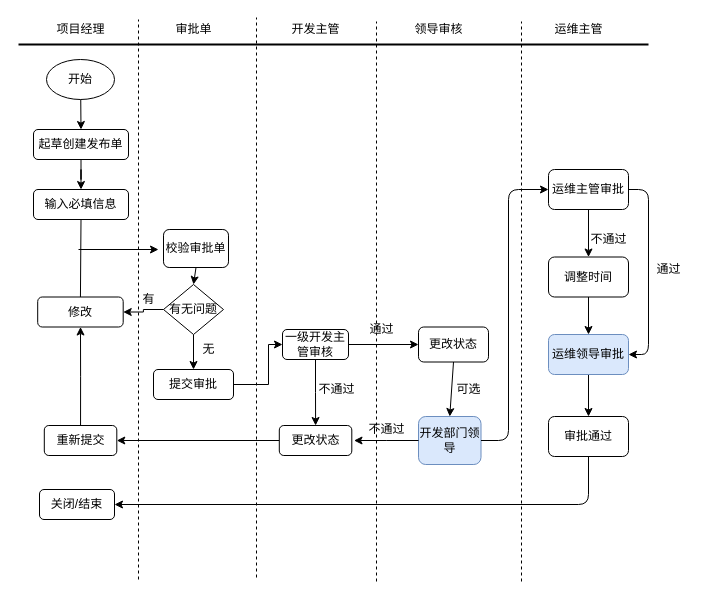
Earlier version of the draw.io diagram src/com/cupd/sharon/Untitled Diagram.drawio (sharonwq/sharon_test). Source tidied: cells renumbered, new cells numbered last; positions are measured from the earlier drawing's top-left corner, leaving out a move shared by most shapes. Both pictures are drawn from the tidied source at 100%, with x=0, y=0 at pixel (18, 17).
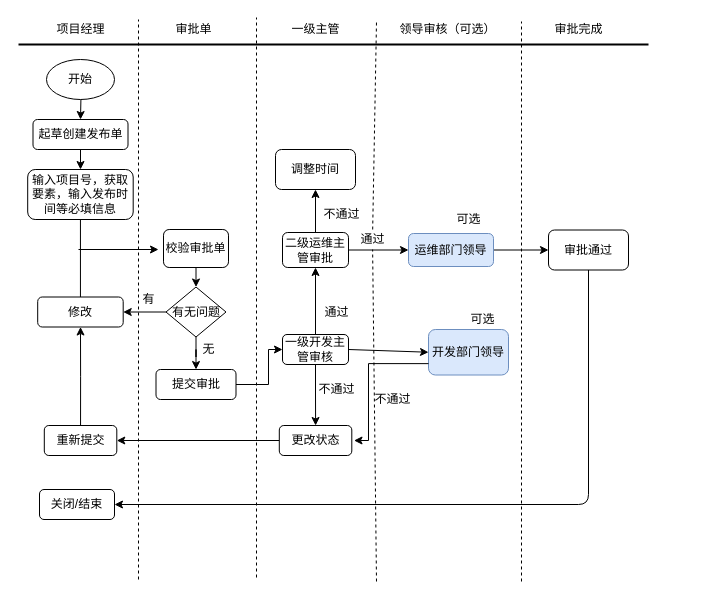
Above is the later version.

Diff of the diagram source:
```diff
@@
-    <mxCell id="4" value="开发主管" style="text;html=1;align=center;verticalAlign=middle;strokeColor=none;" parent="1" vertex="1">
+    <mxCell id="4" value="一级主管" style="text;html=1;align=center;verticalAlign=middle;strokeColor=none;" parent="1" vertex="1">
       <mxGeometry x="267" y="2" width="60" height="20" as="geometry" />
     </mxCell>
-    <mxCell id="5" value="领导审核" style="text;html=1;align=center;verticalAlign=middle;strokeColor=none;" parent="1" vertex="1">
-      <mxGeometry x="390" y="2" width="60" height="20" as="geometry" />
+    <mxCell id="5" value="领导审核（可选）" style="text;html=1;align=center;verticalAlign=middle;strokeColor=none;" parent="1" vertex="1">
+      <mxGeometry x="373.5" y="2" width="110" height="20" as="geometry" />
     </mxCell>
-    <mxCell id="6" value="运维主管" style="text;html=1;align=center;verticalAlign=middle;strokeColor=none;" parent="1" vertex="1">
+    <mxCell id="6" value="审批完成" style="text;html=1;align=center;verticalAlign=middle;strokeColor=none;" parent="1" vertex="1">
       <mxGeometry x="530" y="2" width="60" height="20" as="geometry" />
     </mxCell>
@@
     <mxCell id="10" value="起草创建发布单" style="rounded=1;whiteSpace=wrap;html=1;" parent="1" vertex="1">
-      <mxGeometry x="15" y="112" width="95" height="30" as="geometry" />
+      <mxGeometry x="14.5" y="102" width="95" height="30" as="geometry" />
     </mxCell>
-    <mxCell id="11" value="输入必填信息" style="rounded=1;whiteSpace=wrap;html=1;" parent="1" vertex="1">
-      <mxGeometry x="15" y="172" width="95" height="30" as="geometry" />
+    <mxCell id="11" value="输入项目号，获取要素，输入发布时间等必填信息" style="rounded=1;whiteSpace=wrap;html=1;" parent="1" vertex="1">
+      <mxGeometry x="9.2" y="152" width="105.5" height="50" as="geometry" />
     </mxCell>
@@
+    <mxCell id="57" style="edgeStyle=orthogonalEdgeStyle;rounded=0;jettySize=auto;html=1;" parent="1" edge="1" source="15" target="60">
+      <mxGeometry relative="1" as="geometry" />
+    </mxCell>
     <mxCell id="15" value="一级开发主管审核" style="rounded=1;whiteSpace=wrap;html=1;" parent="1" vertex="1">
-      <mxGeometry x="264" y="312" width="66" height="30" as="geometry" />
+      <mxGeometry x="264" y="317" width="66" height="30" as="geometry" />
     </mxCell>
@@
-    <mxCell id="19" style="endArrow=classic;html=1;entryX=0;entryY=0.5;entryDx=0;entryDy=0;exitX=1;exitY=0.5;exitDx=0;exitDy=0;" parent="1" edge="1" source="15" target="20">
+    <mxCell id="19" style="endArrow=classic;html=1;entryX=0;entryY=0.5;entryDx=0;entryDy=0;exitX=1;exitY=0.5;exitDx=0;exitDy=0;" parent="1" edge="1" source="15" target="21">
       <mxGeometry relative="1" as="geometry" />
     </mxCell>
-    <mxCell id="20" value="更改状态" style="rounded=1;whiteSpace=wrap;html=1;" parent="1" vertex="1">
-      <mxGeometry x="400" y="309.5" width="70" height="35" as="geometry" />
-    </mxCell>
     <mxCell id="21" value="开发部门领导" style="rounded=1;whiteSpace=wrap;html=1;fillColor=#dae8fc;strokeColor=#6c8ebf;" parent="1" vertex="1">
-      <mxGeometry x="400" y="399" width="62.5" height="48" as="geometry" />
+      <mxGeometry x="410" y="312" width="80" height="45.5" as="geometry" />
     </mxCell>
-    <mxCell id="22" style="edgeStyle=orthogonalEdgeStyle;rounded=0;jettySize=auto;html=1;exitX=0;exitY=0.5;exitDx=0;exitDy=0;" parent="1" edge="1" source="21">
+    <mxCell id="22" style="edgeStyle=orthogonalEdgeStyle;rounded=0;jettySize=auto;html=1;exitX=0;exitY=0.75;exitDx=0;exitDy=0;" parent="1" edge="1" source="21">
       <mxGeometry relative="1" as="geometry">
         <mxPoint x="335.5" y="423" as="targetPoint" />
+        <Array as="points">
+          <mxPoint x="350" y="346" />
+          <mxPoint x="350" y="423" />
+        </Array>
       </mxGeometry>
     </mxCell>
     <mxCell id="23" value="不通过" style="text;html=1;align=center;verticalAlign=middle;strokeColor=none;" parent="1" vertex="1">
-      <mxGeometry x="342.5" y="402" width="50" height="20" as="geometry" />
+      <mxGeometry x="349" y="372" width="50" height="20" as="geometry" />
     </mxCell>
     <mxCell id="24" value="审批通过" style="rounded=1;whiteSpace=wrap;html=1;" parent="1" vertex="1">
-      <mxGeometry x="530" y="399" width="80" height="40" as="geometry" />
+      <mxGeometry x="530" y="212.5" width="80" height="40" as="geometry" />
     </mxCell>
@@
     <mxCell id="32" value="有无问题" style="rhombus;whiteSpace=wrap;html=1;" parent="1" vertex="1">
-      <mxGeometry x="145" y="267" width="60" height="50" as="geometry" />
+      <mxGeometry x="147.5" y="269.5" width="60" height="50" as="geometry" />
     </mxCell>
     <mxCell id="33" style="edgeStyle=orthogonalEdgeStyle;rounded=0;jettySize=auto;html=1;entryX=0;entryY=0.5;entryDx=0;entryDy=0;" parent="1" edge="1" source="34" target="15">
       <mxGeometry relative="1" as="geometry">
         <Array as="points">
           <mxPoint x="250" y="367" />
-          <mxPoint x="250" y="327" />
+          <mxPoint x="250" y="332" />
         </Array>
       </mxGeometry>
     </mxCell>
     <mxCell id="34" value="提交审批" style="rounded=1;whiteSpace=wrap;html=1;" parent="1" vertex="1">
-      <mxGeometry x="135" y="352" width="80" height="30" as="geometry" />
+      <mxGeometry x="137.5" y="352" width="80" height="30" as="geometry" />
     </mxCell>
@@
     <mxCell id="38" value="通过" style="text;html=1;align=center;verticalAlign=middle;strokeColor=none;" parent="1" vertex="1">
-      <mxGeometry x="342.5" y="302" width="40" height="20" as="geometry" />
+      <mxGeometry x="297.5" y="284.5" width="40" height="20" as="geometry" />
     </mxCell>
@@
-    <mxCell id="40" style="endArrow=classic;html=1;exitX=0.5;exitY=1;exitDx=0;exitDy=0;entryX=0.5;entryY=0;entryDx=0;entryDy=0;" parent="1" edge="1" source="20" target="21">
-      <mxGeometry relative="1" as="geometry" />
-    </mxCell>
@@
-    <mxCell id="43" style="endArrow=none;dashed=1;html=1;" parent="1" edge="1">
+    <mxCell id="43" style="endArrow=none;dashed=1;html=1;startArrow=none;" parent="1" edge="1" source="52">
       <mxGeometry relative="1" as="geometry">
-        <mxPoint x="358" y="564" as="sourcePoint" />
         <mxPoint x="358" y="4" as="targetPoint" />
       </mxGeometry>
     </mxCell>
@@
-    <mxCell id="45" style="edgeStyle=orthogonalEdgeStyle;rounded=0;jettySize=auto;html=1;" parent="1" edge="1" source="46" target="49">
-      <mxGeometry relative="1" as="geometry" />
-    </mxCell>
-    <mxCell id="46" value="运维主管审批" style="rounded=1;whiteSpace=wrap;html=1;" parent="1" vertex="1">
-      <mxGeometry x="530" y="152" width="80" height="40" as="geometry" />
-    </mxCell>
@@
-    <mxCell id="48" style="edgeStyle=orthogonalEdgeStyle;rounded=0;jettySize=auto;html=1;" parent="1" edge="1" source="49" target="55">
-      <mxGeometry relative="1" as="geometry" />
-    </mxCell>
+    <mxCell id="54" style="edgeStyle=orthogonalEdgeStyle;rounded=0;jettySize=auto;html=1;" parent="1" edge="1" source="55" target="24">
+      <mxGeometry relative="1" as="geometry" />
+    </mxCell>
+    <mxCell id="55" value="运维部门领导" style="rounded=1;whiteSpace=wrap;html=1;fillColor=#dae8fc;strokeColor=#6c8ebf;" parent="1" vertex="1">
+      <mxGeometry x="390" y="216" width="85" height="33" as="geometry" />
+    </mxCell>
+    <mxCell id="58" style="edgeStyle=orthogonalEdgeStyle;rounded=0;jettySize=auto;html=1;" parent="1" edge="1" source="60" target="49">
+      <mxGeometry relative="1" as="geometry" />
+    </mxCell>
+    <mxCell id="59" style="edgeStyle=orthogonalEdgeStyle;rounded=0;jettySize=auto;html=1;" parent="1" edge="1" source="60" target="55">
+      <mxGeometry relative="1" as="geometry" />
+    </mxCell>
+    <mxCell id="60" value="二级运维主管审批" style="rounded=1;whiteSpace=wrap;html=1;" parent="1" vertex="1">
+      <mxGeometry x="264" y="215" width="66" height="35" as="geometry" />
+    </mxCell>
     <mxCell id="49" value="调整时间" style="rounded=1;whiteSpace=wrap;html=1;" parent="1" vertex="1">
-      <mxGeometry x="530" y="239.5" width="80" height="40" as="geometry" />
+      <mxGeometry x="257" y="132" width="80" height="40" as="geometry" />
     </mxCell>
     <mxCell id="50" value="不通过" style="text;html=1;align=center;verticalAlign=middle;strokeColor=none;" parent="1" vertex="1">
-      <mxGeometry x="565" y="212" width="50" height="20" as="geometry" />
+      <mxGeometry x="297.5" y="187" width="50" height="20" as="geometry" />
     </mxCell>
-    <mxCell id="51" style="edgeStyle=elbowEdgeStyle;elbow=vertical;endArrow=classic;html=1;exitX=1;exitY=0.5;exitDx=0;exitDy=0;entryX=1;entryY=0.5;entryDx=0;entryDy=0;" parent="1" edge="1" source="46" target="55">
-      <mxGeometry relative="1" as="geometry">
-        <Array as="points">
-          <mxPoint x="630" y="303" />
-        </Array>
-      </mxGeometry>
-    </mxCell>
+    <mxCell id="61" value="可选" style="text;html=1;align=center;verticalAlign=middle;strokeColor=none;" parent="1" vertex="1">
+      <mxGeometry x="443.5" y="292" width="40" height="20" as="geometry" />
+    </mxCell>
     <mxCell id="52" value="通过" style="text;html=1;align=center;verticalAlign=middle;points=[];strokeColor=none;" parent="1" vertex="1">
-      <mxGeometry x="630" y="242" width="40" height="20" as="geometry" />
+      <mxGeometry x="334" y="212" width="40" height="20" as="geometry" />
     </mxCell>
-    <mxCell id="53" style="edgeStyle=elbowEdgeStyle;elbow=horizontal;endArrow=classic;html=1;exitX=1;exitY=0.5;exitDx=0;exitDy=0;entryX=0;entryY=0.5;entryDx=0;entryDy=0;" parent="1" edge="1" source="21" target="46">
-      <mxGeometry relative="1" as="geometry">
-        <Array as="points">
-          <mxPoint x="490" y="342" />
-        </Array>
-      </mxGeometry>
-    </mxCell>
-    <mxCell id="54" style="edgeStyle=orthogonalEdgeStyle;rounded=0;jettySize=auto;html=1;" parent="1" edge="1" source="55" target="24">
-      <mxGeometry relative="1" as="geometry" />
-    </mxCell>
-    <mxCell id="55" value="运维领导审批" style="rounded=1;whiteSpace=wrap;html=1;fillColor=#dae8fc;strokeColor=#6c8ebf;" parent="1" vertex="1">
-      <mxGeometry x="530" y="317" width="80" height="40" as="geometry" />
-    </mxCell>
-    <mxCell id="56" value="可选" style="text;html=1;align=center;verticalAlign=middle;strokeColor=none;" parent="1" vertex="1">
-      <mxGeometry x="430" y="362" width="40" height="20" as="geometry" />
-    </mxCell>
+    <mxCell id="62" style="endArrow=none;dashed=1;html=1;" parent="1" edge="1" target="52">
+      <mxGeometry relative="1" as="geometry">
+        <mxPoint x="358" y="564" as="sourcePoint" />
+      </mxGeometry>
+    </mxCell>
+    <mxCell id="63" value="可选" style="text;html=1;align=center;verticalAlign=middle;strokeColor=none;" parent="1" vertex="1">
+      <mxGeometry x="430" y="192" width="40" height="20" as="geometry" />
+    </mxCell>
```
